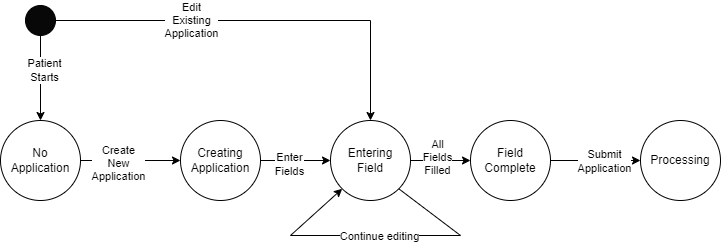
Above: Milestone2/Diagrams/pngs/Create_StateMachine.drawio.png in SENG-350-2024-fall/Team5 (draw.io), before the change. Source tidied: cells renumbered, new cells last; positions are measured from the earlier drawing's top-left corner, leaving out a move shared by most shapes.
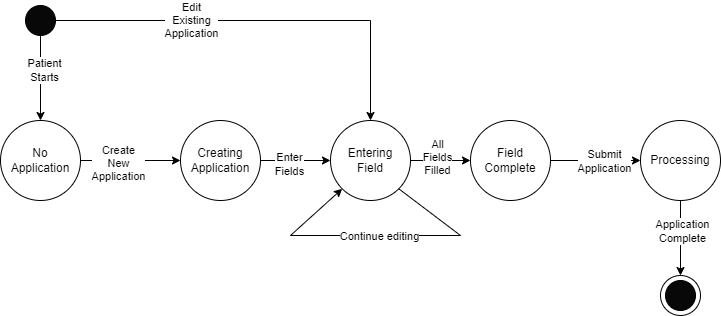
The same diagram one commit later.

The edit, as a diff of the source:
```diff
@@ -53,6 +53,12 @@
     <mxCell id="18" value="Field&lt;div&gt;Complete&lt;/div&gt;" style="ellipse;whiteSpace=wrap;html=1;" parent="1" vertex="1">
       <mxGeometry x="470" y="115" width="80" height="80" as="geometry" />
     </mxCell>
+    <mxCell id="22" style="edgeStyle=orthogonalEdgeStyle;rounded=0;jettySize=auto;html=1;exitX=0.5;exitY=1;exitDx=0;exitDy=0;entryX=0.5;entryY=0;entryDx=0;entryDy=0;" parent="1" edge="1" source="19" target="25">
+      <mxGeometry relative="1" as="geometry" />
+    </mxCell>
+    <mxCell id="23" value="Application&lt;div&gt;Complete&lt;/div&gt;" style="edgeLabel;html=1;align=center;verticalAlign=middle;" parent="22" vertex="1">
+      <mxGeometry x="-0.21" y="1" relative="1" as="geometry" />
+    </mxCell>
     <mxCell id="19" value="Processing" style="ellipse;whiteSpace=wrap;html=1;" parent="1" vertex="1">
       <mxGeometry x="640" y="115" width="80" height="80" as="geometry" />
     </mxCell>
@@ -67,5 +73,14 @@
     <mxCell id="21" value="Continue editing" style="edgeLabel;html=1;align=center;verticalAlign=middle;" parent="20" vertex="1">
       <mxGeometry relative="1" as="geometry" />
     </mxCell>
+    <mxCell id="24" style="group;" parent="1" vertex="1">
+      <mxGeometry x="660" y="270" width="40" height="40" as="geometry" />
+    </mxCell>
+    <mxCell id="25" style="ellipse;whiteSpace=wrap;html=1;" parent="24" vertex="1">
+      <mxGeometry width="40" height="40" as="geometry" />
+    </mxCell>
+    <mxCell id="26" style="ellipse;whiteSpace=wrap;html=1;fillColor=#080808;" parent="24" vertex="1">
+      <mxGeometry x="5" y="5" width="30" height="30" as="geometry" />
+    </mxCell>
   </root>
 </mxGraphModel>
```
